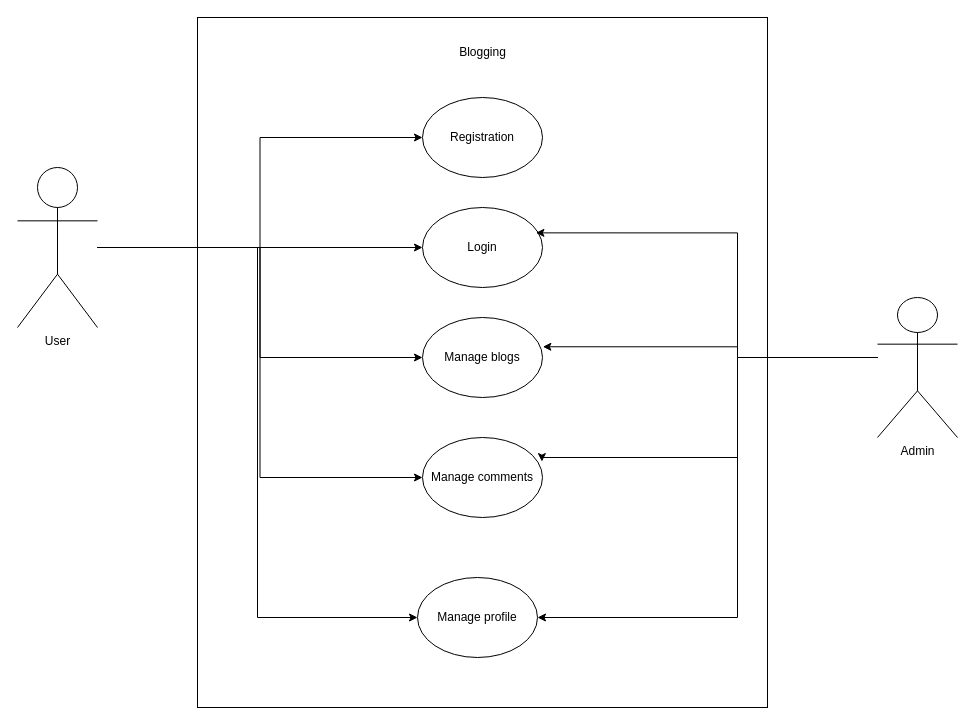
The draw.io diagram page "Use-case" (2 of 2) of ERD.drawio in popescumadalin0/blogging, before the edit. Source tidied: cells renumbered, new cells numbered last; positions are measured from the earlier drawing's top-left corner, leaving out a move shared by most shapes. Both pictures are drawn from the tidied source at 100%, with x=0, y=0 at pixel (17, 17).
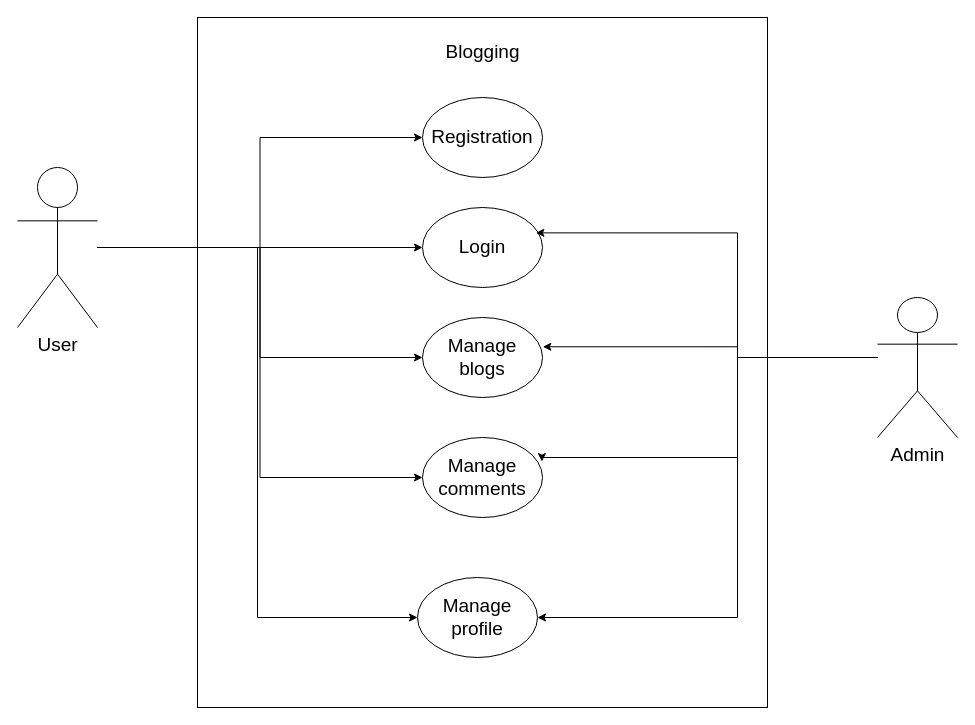
After the change.

The edit, as a diff of the source:
```diff
@@
-    <mxCell id="3" value="Blogging" style="text;html=1;align=center;verticalAlign=middle;strokeColor=none;fillColor=none;" parent="1" vertex="1">
-      <mxGeometry x="430" y="20" width="70" height="30" as="geometry" />
+    <mxCell id="3" value="Blogging" style="text;html=1;align=center;verticalAlign=middle;strokeColor=none;fillColor=none;fontSize=19;" parent="1" vertex="1">
+      <mxGeometry x="415" y="15" width="100" height="40" as="geometry" />
     </mxCell>
-    <mxCell id="4" value="Registration" style="ellipse;whiteSpace=wrap;html=1;" parent="1" vertex="1">
+    <mxCell id="4" value="Registration" style="ellipse;whiteSpace=wrap;html=1;fontSize=19;" parent="1" vertex="1">
       <mxGeometry x="405" y="80" width="120" height="80" as="geometry" />
     </mxCell>
-    <mxCell id="5" value="Login" style="ellipse;whiteSpace=wrap;html=1;" parent="1" vertex="1">
+    <mxCell id="5" value="Login" style="ellipse;whiteSpace=wrap;html=1;fontSize=19;" parent="1" vertex="1">
       <mxGeometry x="405" y="190" width="120" height="80" as="geometry" />
     </mxCell>
-    <mxCell id="6" value="Manage blogs" style="ellipse;whiteSpace=wrap;html=1;" parent="1" vertex="1">
+    <mxCell id="6" value="Manage blogs" style="ellipse;whiteSpace=wrap;html=1;fontSize=19;" parent="1" vertex="1">
       <mxGeometry x="405" y="300" width="120" height="80" as="geometry" />
     </mxCell>
-    <mxCell id="7" value="Manage comments" style="ellipse;whiteSpace=wrap;html=1;" parent="1" vertex="1">
+    <mxCell id="7" value="Manage comments" style="ellipse;whiteSpace=wrap;html=1;fontSize=19;" parent="1" vertex="1">
       <mxGeometry x="405" y="420" width="120" height="80" as="geometry" />
     </mxCell>
@@
-    <mxCell id="13" value="User" style="shape=umlActor;verticalLabelPosition=bottom;verticalAlign=top;html=1;outlineConnect=0;" parent="1" vertex="1">
+    <mxCell id="13" value="User" style="shape=umlActor;verticalLabelPosition=bottom;verticalAlign=top;html=1;outlineConnect=0;fontSize=19;" parent="1" vertex="1">
       <mxGeometry y="150" width="80" height="160" as="geometry" />
     </mxCell>
@@
-    <mxCell id="17" value="Admin" style="shape=umlActor;verticalLabelPosition=bottom;verticalAlign=top;html=1;outlineConnect=0;" parent="1" vertex="1">
+    <mxCell id="17" value="Admin" style="shape=umlActor;verticalLabelPosition=bottom;verticalAlign=top;html=1;outlineConnect=0;fontSize=19;" parent="1" vertex="1">
       <mxGeometry x="860" y="280" width="80" height="140" as="geometry" />
     </mxCell>
@@
-    <mxCell id="19" value="Manage profile" style="ellipse;whiteSpace=wrap;html=1;" parent="1" vertex="1">
+    <mxCell id="19" value="Manage profile" style="ellipse;whiteSpace=wrap;html=1;fontSize=19;" parent="1" vertex="1">
       <mxGeometry x="400" y="560" width="120" height="80" as="geometry" />
     </mxCell>
```
